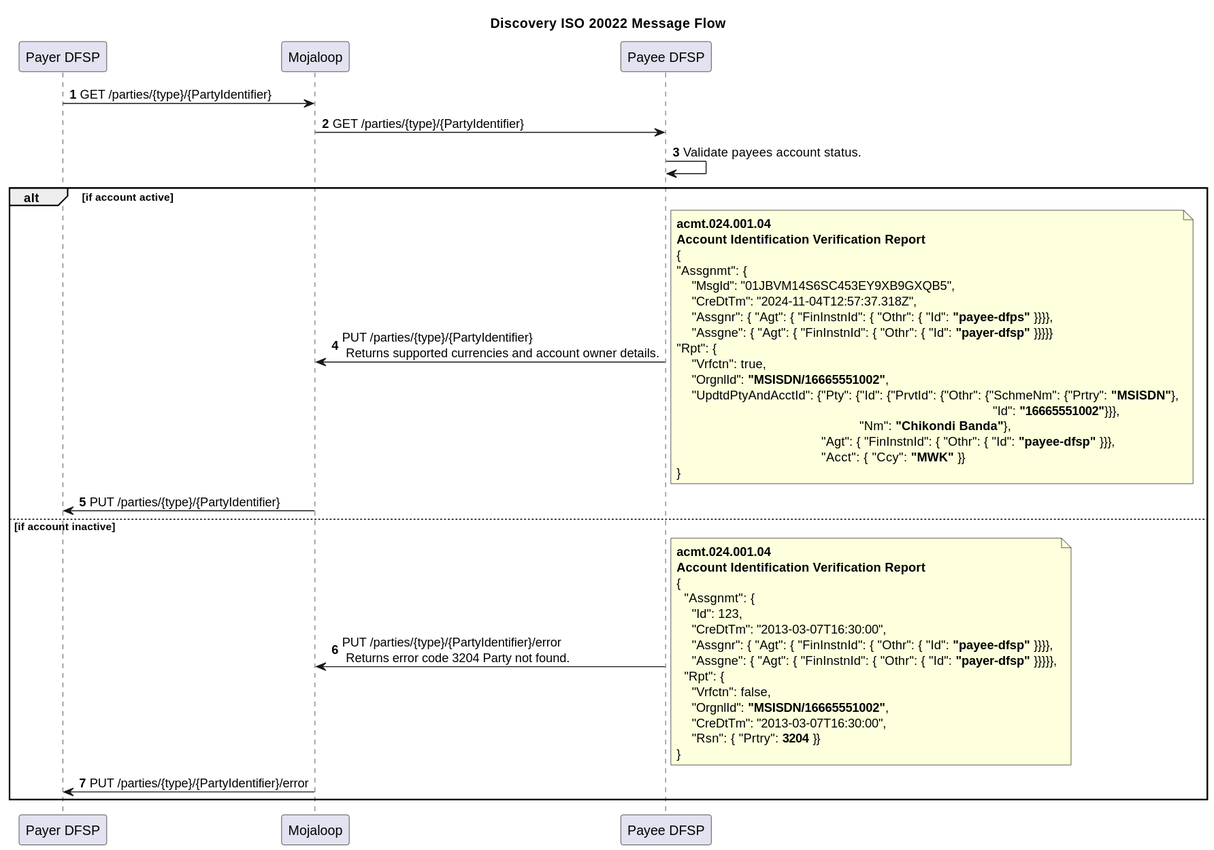
The PlantUML diagram docs/fr/product/features/Iso20022/v1.0/SequenceDiagrams/Discovery.svg in mojaloop/documentation, before a commit. Its source is kept beside it as docs/fr/product/features/Iso20022/v1.0/SequenceDiagrams/Discovery.plantuml.
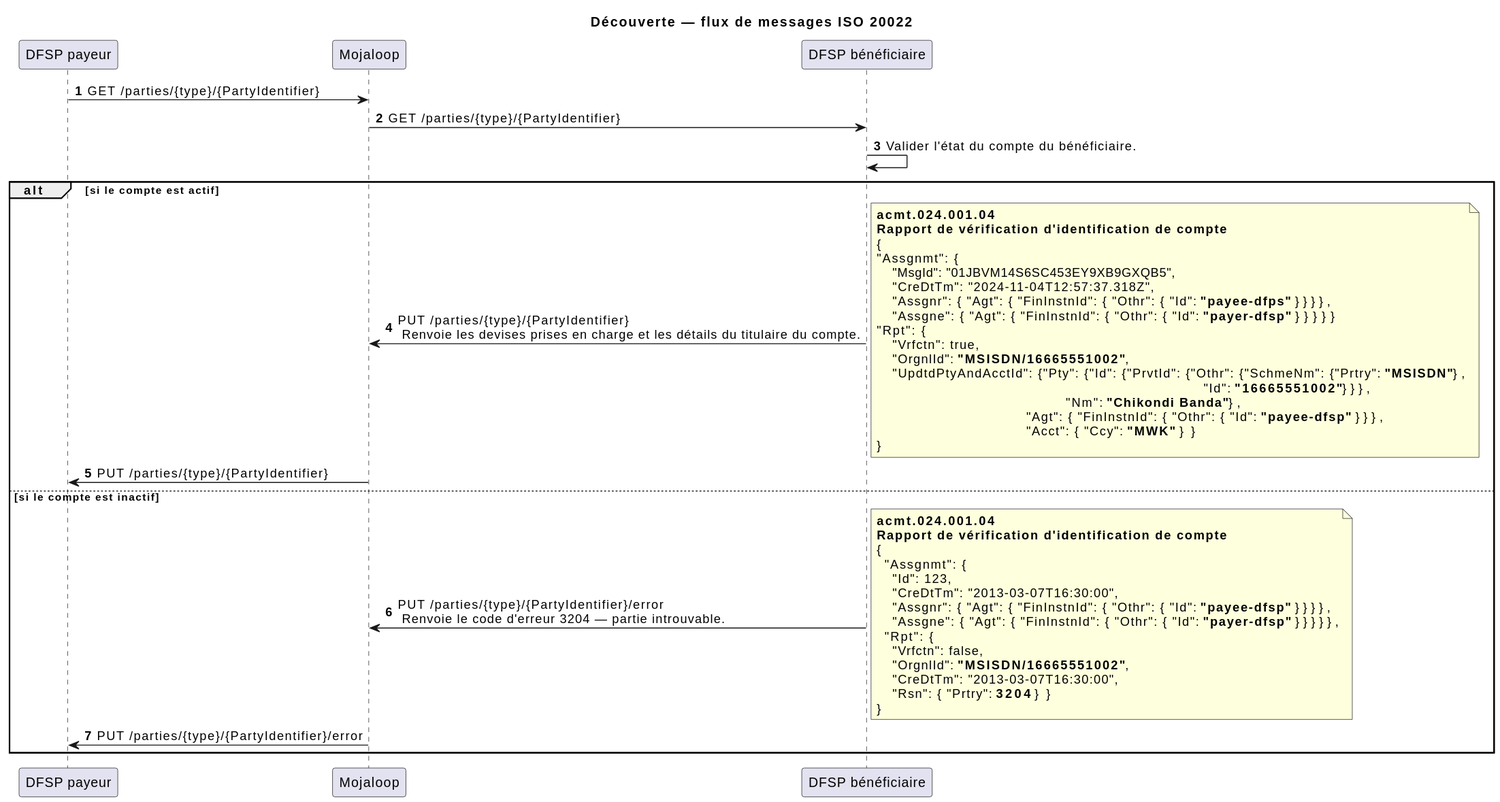
After the commit.

Change to the diagram source:
```diff
@@ -1,20 +1,20 @@
 @startuml
 
-Title Discovery ISO 20022 Message Flow
-participant PayerDFSP as "Payer DFSP"
+Title Découverte — flux de messages ISO 20022
+participant PayerDFSP as "DFSP payeur"
 participant Mojaloop as "Mojaloop"
-participant PayeeDFSP as "Payee DFSP"
+participant PayeeDFSP as "DFSP bénéficiaire"
 
 autonumber
 
 PayerDFSP -> Mojaloop: GET /parties/{type}/{PartyIdentifier}
 Mojaloop -> PayeeDFSP: GET /parties/{type}/{PartyIdentifier}
-PayeeDFSP -> PayeeDFSP: Validate payees account status.
-alt if account active
-PayeeDFSP -> Mojaloop: PUT /parties/{type}/{PartyIdentifier} \n Returns supported currencies and account owner details.
+PayeeDFSP -> PayeeDFSP: Valider l'état du compte du bénéficiaire.
+alt si le compte est actif
+PayeeDFSP -> Mojaloop: PUT /parties/{type}/{PartyIdentifier} \n Renvoie les devises prises en charge et les détails du titulaire du compte.
 note right
 **acmt.024.001.04**
-**Account Identification Verification Report**
+**Rapport de vérification d'identification de compte**
 {
 "Assgnmt": {
     "MsgId": "01JBVM14S6SC453EY9XB9GXQB5",
@@ -33,12 +33,12 @@
 end note
 Mojaloop -> PayerDFSP: PUT /parties/{type}/{PartyIdentifier}
 
-else if account inactive
+else si le compte est inactif
 
-PayeeDFSP -> Mojaloop: PUT /parties/{type}/{PartyIdentifier}/error \n Returns error code 3204 Party not found.
+PayeeDFSP -> Mojaloop: PUT /parties/{type}/{PartyIdentifier}/error \n Renvoie le code d'erreur 3204 — partie introuvable.
 note right
 **acmt.024.001.04**
-**Account Identification Verification Report**
+**Rapport de vérification d'identification de compte**
 {
   "Assgnmt": {
     "Id": 123,
```
